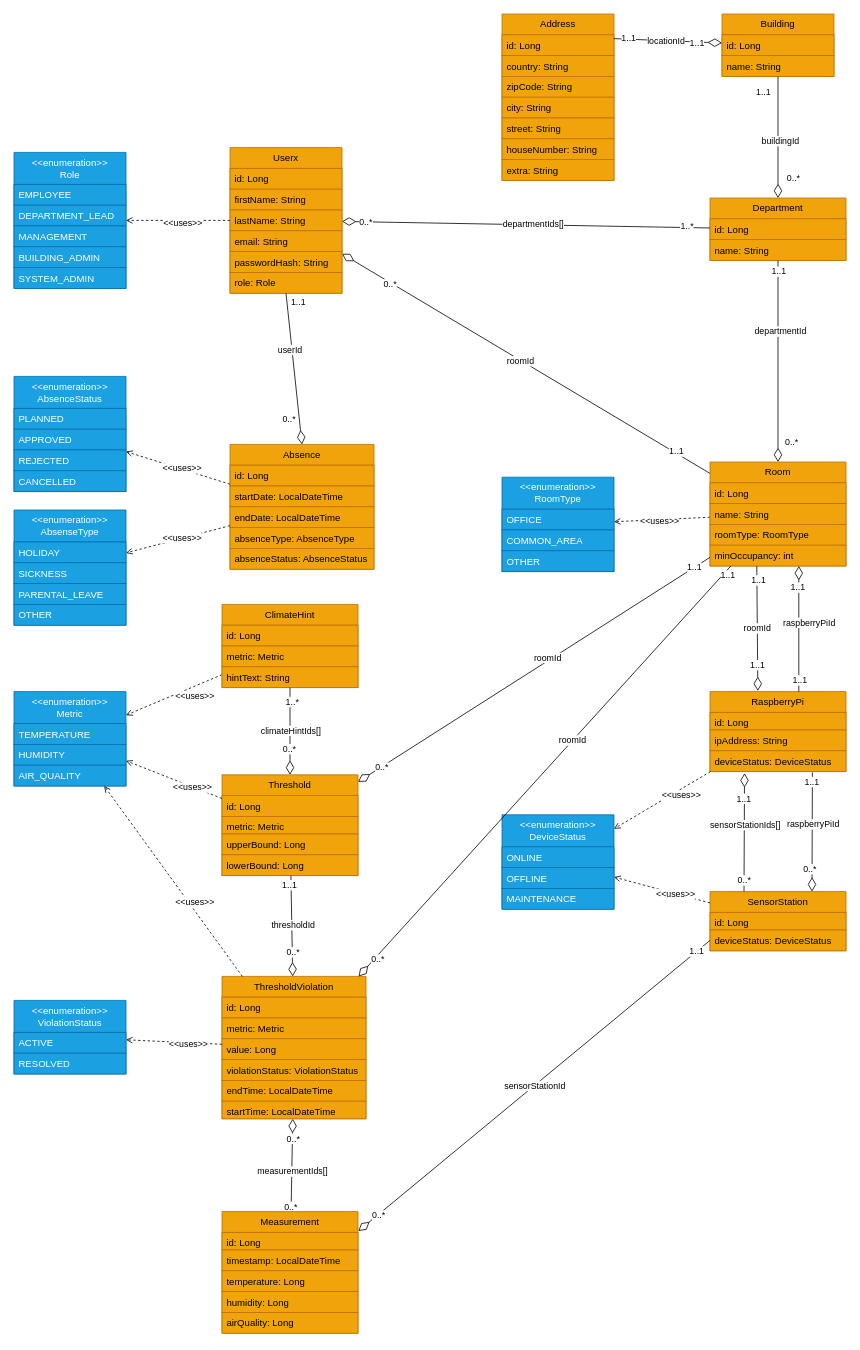
Earlier version of the draw.io diagram Softwarekonzept_V1/uml/climate-canary-webapp-backend.drawio (adriano-paganini/ClimateCanary). Source tidied: cells renumbered, new cells numbered last; positions are measured from the earlier drawing's top-left corner, leaving out a move shared by most shapes. Both pictures are drawn from the tidied source at 80%, with x=0, y=0 at pixel (14, 14).
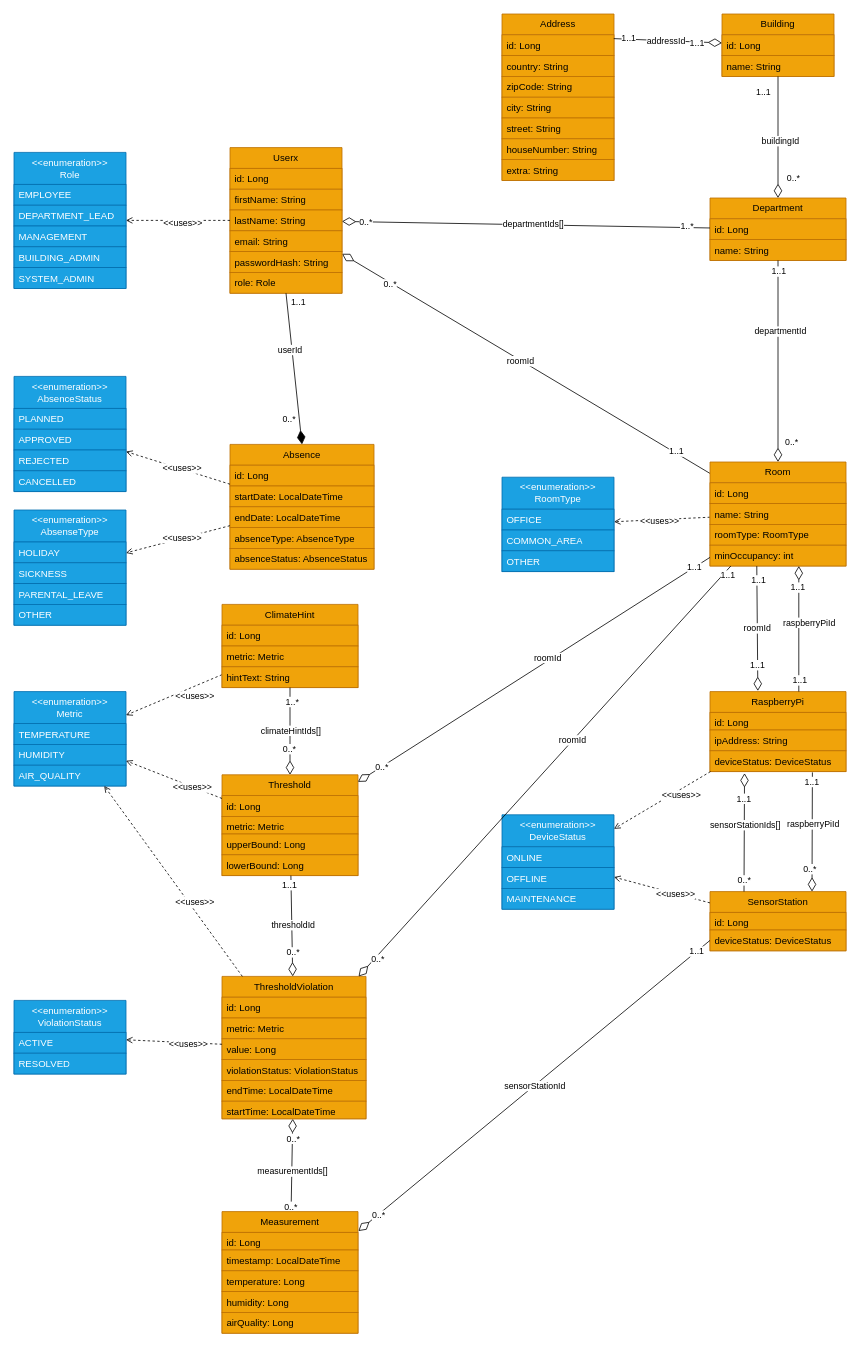
The same diagram, later.

Commit message (it also covers changes not shown here):
chore: Updated UML-V1, Konzept-PDF and REST.xml -> WIKI

Unchanged cells that the change refers to:
```xml
<mxCell id="6" value="Userx" style="swimlane;fontStyle=0;horizontal=1;startSize=26;fillColor=#f0a30a;whiteSpace=wrap;html=1;fontColor=#000000;strokeColor=#BD7000;" parent="1" vertex="1">
  <mxGeometry x="270" y="167" width="140" height="182" as="geometry" />
</mxCell>
<mxCell id="24" value="Absence" style="swimlane;fontStyle=0;horizontal=1;startSize=26;fillColor=#f0a30a;whiteSpace=wrap;html=1;fontColor=#000000;strokeColor=#BD7000;" parent="1" vertex="1">
  <mxGeometry x="270" y="538" width="180" height="156" as="geometry" />
</mxCell>
<mxCell id="45" style="endArrow=none;html=1;rounded=0;endFill=0;startArrow=diamondThin;startFill=0;startSize=15;entryX=0.998;entryY=0.148;entryDx=0;entryDy=0;entryPerimeter=0;" parent="1" edge="1" source="34" target="37">
  <mxGeometry relative="1" as="geometry" />
</mxCell>
```

The edit, as a diff of the source:
```diff
@@
-    <mxCell id="30" style="endArrow=diamondThin;html=1;rounded=0;startArrow=none;startFill=0;endFill=0;endSize=15;entryX=0.5;entryY=0;entryDx=0;entryDy=0;exitX=0.5;exitY=1;exitDx=0;exitDy=0;" parent="1" edge="1" source="6" target="24">
+    <mxCell id="30" style="endArrow=diamondThin;html=1;rounded=0;startArrow=none;startFill=0;endFill=1;endSize=15;entryX=0.5;entryY=0;entryDx=0;entryDy=0;exitX=0.5;exitY=1;exitDx=0;exitDy=0;" parent="1" edge="1" source="6" target="24">
       <mxGeometry relative="1" as="geometry" />
     </mxCell>
@@
-    <mxCell id="48" value="locationId" style="edgeLabel;html=1;align=center;verticalAlign=middle;" parent="45" vertex="1">
+    <mxCell id="48" value="addressId" style="edgeLabel;html=1;align=center;verticalAlign=middle;" parent="45" vertex="1">
       <mxGeometry x="-0.1" relative="1" as="geometry">
         <mxPoint x="-10" as="offset" />
       </mxGeometry>
     </mxCell>
```
